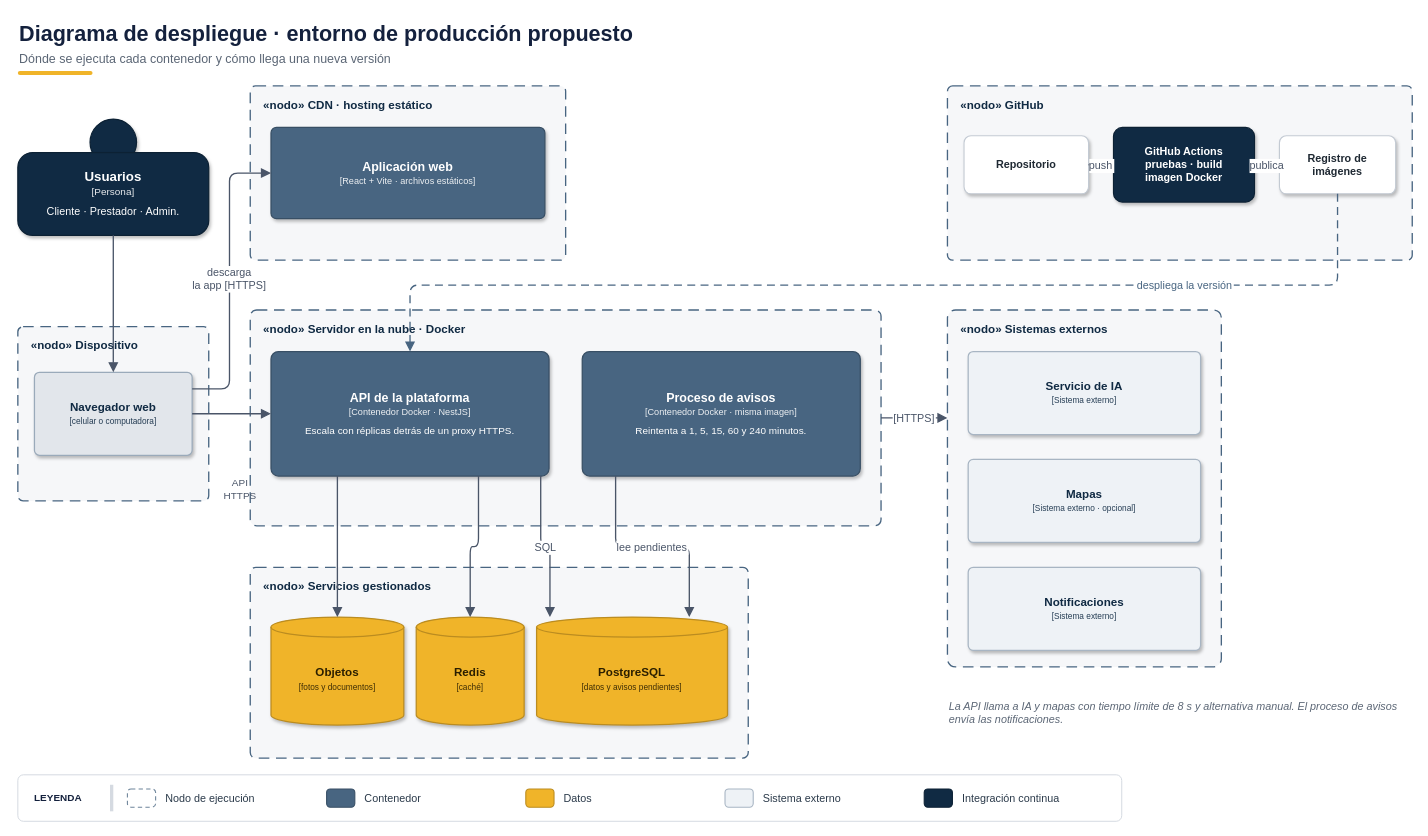
The draw.io diagram img/fuentes-svg/despliegue.drawio in Roki-7/plataforma-servicios-construccion-ayacucho, before the edit. Source tidied: cells renumbered, new cells numbered last; positions are measured from the earlier drawing's top-left corner, leaving out a move shared by most shapes. Both pictures are drawn from the tidied source at 83%, with x=0, y=0 at pixel (17, 14).
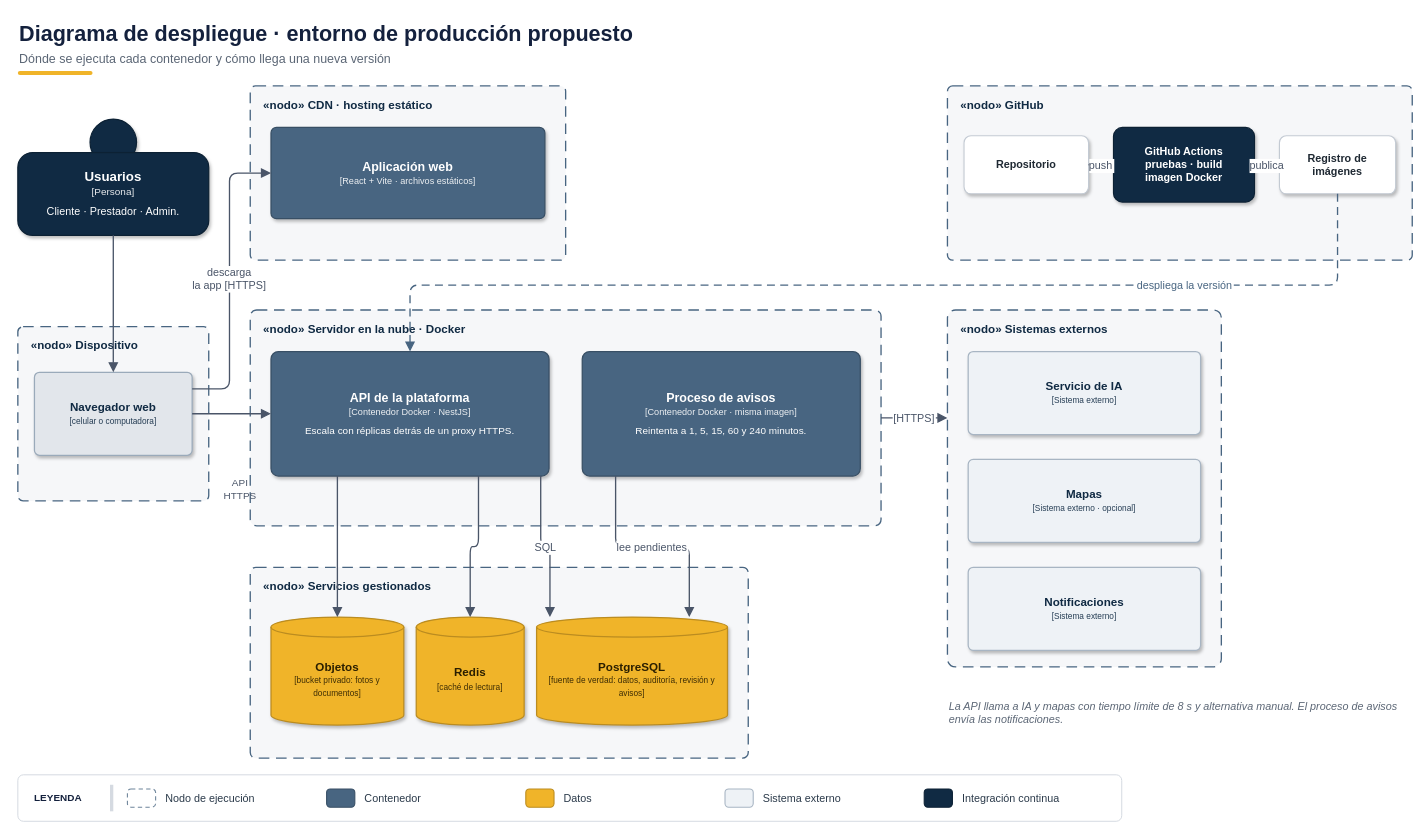
The same diagram, later.

What changed in the source:
```diff
@@
-    <mxCell id="15" value="&lt;div style=&quot;color:#2B1F00;line-height:1.3&quot;&gt;&lt;b style=&quot;font-size:14px&quot;&gt;Objetos&lt;/b&gt;&lt;br&gt;&lt;span style=&quot;font-size:10px;opacity:0.9&quot;&gt;[fotos y documentos]&lt;/span&gt;&lt;/div&gt;" style="shape=cylinder3;whiteSpace=wrap;html=1;boundedLbl=1;backgroundOutline=1;size=12;fillColor=#F0B429;strokeColor=#BB8C20;fontFamily=Helvetica;strokeWidth=1.5;spacing=8;shadow=1;" parent="1" vertex="1">
+    <mxCell id="15" value="&lt;div style=&quot;color:#2B1F00;line-height:1.3&quot;&gt;&lt;b style=&quot;font-size:14px&quot;&gt;Objetos&lt;/b&gt;&lt;br&gt;&lt;span style=&quot;font-size:10px;opacity:0.9&quot;&gt;[bucket privado: fotos y documentos]&lt;/span&gt;&lt;/div&gt;" style="shape=cylinder3;whiteSpace=wrap;html=1;boundedLbl=1;backgroundOutline=1;size=12;fillColor=#F0B429;strokeColor=#BB8C20;fontFamily=Helvetica;strokeWidth=1.5;spacing=8;shadow=1;" parent="1" vertex="1">
       <mxGeometry x="305" y="726" width="160" height="130" as="geometry" />
     </mxCell>
-    <mxCell id="16" value="&lt;div style=&quot;color:#2B1F00;line-height:1.3&quot;&gt;&lt;b style=&quot;font-size:14px&quot;&gt;Redis&lt;/b&gt;&lt;br&gt;&lt;span style=&quot;font-size:10px;opacity:0.9&quot;&gt;[caché]&lt;/span&gt;&lt;/div&gt;" style="shape=cylinder3;whiteSpace=wrap;html=1;boundedLbl=1;backgroundOutline=1;size=12;fillColor=#F0B429;strokeColor=#BB8C20;fontFamily=Helvetica;strokeWidth=1.5;spacing=8;shadow=1;" parent="1" vertex="1">
+    <mxCell id="16" value="&lt;div style=&quot;color:#2B1F00;line-height:1.3&quot;&gt;&lt;b style=&quot;font-size:14px&quot;&gt;Redis&lt;/b&gt;&lt;br&gt;&lt;span style=&quot;font-size:10px;opacity:0.9&quot;&gt;[caché de lectura]&lt;/span&gt;&lt;/div&gt;" style="shape=cylinder3;whiteSpace=wrap;html=1;boundedLbl=1;backgroundOutline=1;size=12;fillColor=#F0B429;strokeColor=#BB8C20;fontFamily=Helvetica;strokeWidth=1.5;spacing=8;shadow=1;" parent="1" vertex="1">
       <mxGeometry x="480" y="726" width="130" height="130" as="geometry" />
     </mxCell>
-    <mxCell id="17" value="&lt;div style=&quot;color:#2B1F00;line-height:1.3&quot;&gt;&lt;b style=&quot;font-size:14px&quot;&gt;PostgreSQL&lt;/b&gt;&lt;br&gt;&lt;span style=&quot;font-size:10px;opacity:0.9&quot;&gt;[datos y avisos pendientes]&lt;/span&gt;&lt;/div&gt;" style="shape=cylinder3;whiteSpace=wrap;html=1;boundedLbl=1;backgroundOutline=1;size=12;fillColor=#F0B429;strokeColor=#BB8C20;fontFamily=Helvetica;strokeWidth=1.5;spacing=8;shadow=1;" parent="1" vertex="1">
+    <mxCell id="17" value="&lt;div style=&quot;color:#2B1F00;line-height:1.3&quot;&gt;&lt;b style=&quot;font-size:14px&quot;&gt;PostgreSQL&lt;/b&gt;&lt;br&gt;&lt;span style=&quot;font-size:10px;opacity:0.9&quot;&gt;[fuente de verdad: datos, auditoría, revisión y avisos]&lt;/span&gt;&lt;/div&gt;" style="shape=cylinder3;whiteSpace=wrap;html=1;boundedLbl=1;backgroundOutline=1;size=12;fillColor=#F0B429;strokeColor=#BB8C20;fontFamily=Helvetica;strokeWidth=1.5;spacing=8;shadow=1;" parent="1" vertex="1">
       <mxGeometry x="625" y="726" width="230" height="130" as="geometry" />
     </mxCell>
```
